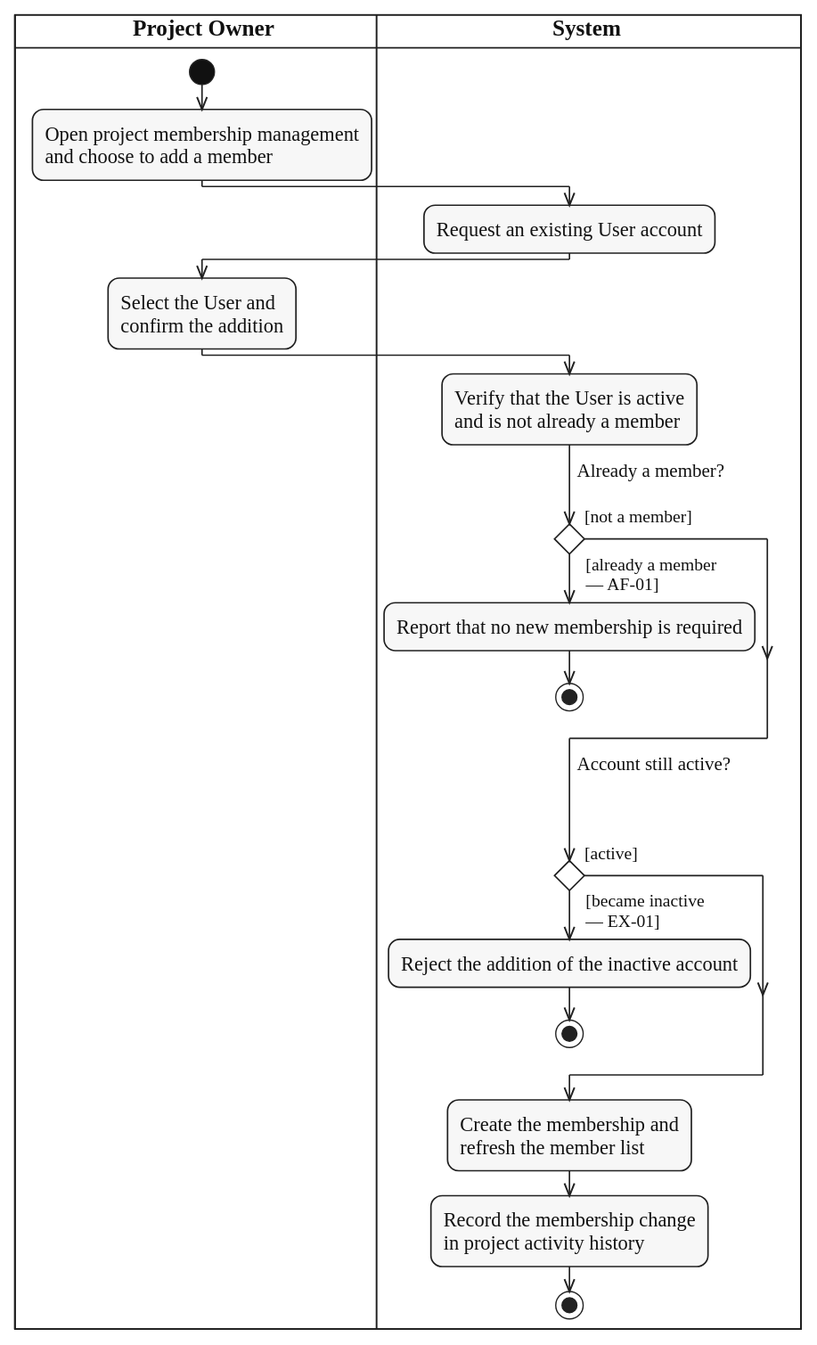
Earlier version of the PlantUML export diagrams/activity/project-membership/svg/UC-PROJECT-MEMBER-ADD.svg (lukenab/swd392-doc-automation). Its source is kept beside it as diagrams/activity/project-membership/source/UC-PROJECT-MEMBER-ADD.puml. Its diagram source:
```plantuml
@startuml UC-PROJECT-MEMBER-ADD
!include ../../_shared/activity-style.puml

|OWN| $lane_title("Project Owner")
|SYS| $lane_title("System")

|OWN|
start
:Open project membership management
and choose to add a member;
|SYS|
:Request an existing User account;
|OWN|
:Select the User and
confirm the addition;
|SYS|
:Verify that the User is active
and is not already a member;
if ($question("Already a member?")) then ($guard_left("[not a member]"))
else ($guard_right("[already a member", "— AF-01]"))
  :Report that no new membership is required;
  stop
endif
if ($question_x("Account still active?")) then ($guard_left("[active]"))
else ($guard_right("[became inactive", "— EX-01]"))
  :Reject the addition of the inactive account;
  stop
endif
:Create the membership and
refresh the member list;
:Record the membership change
in project activity history;
stop
@enduml
```
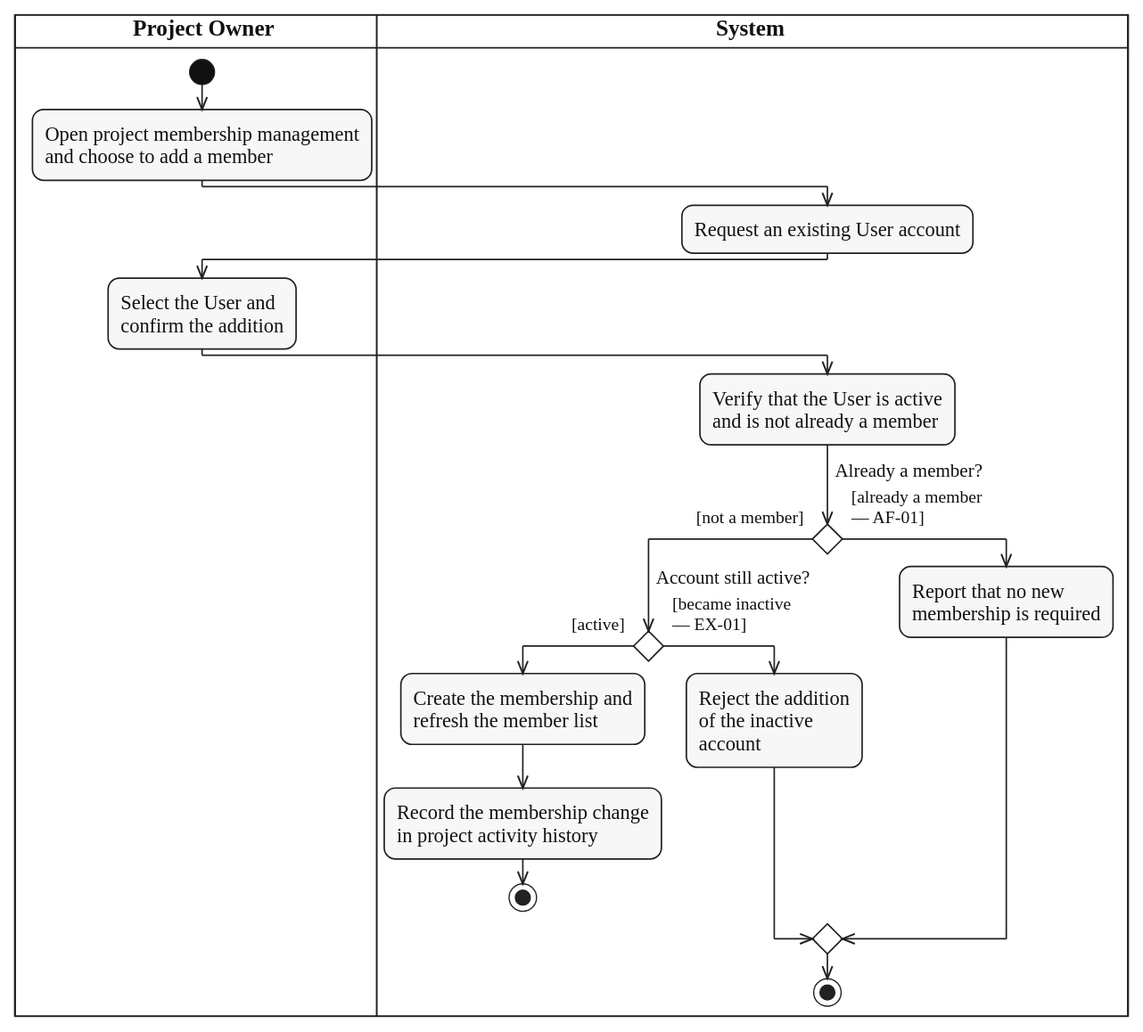
Later version of the same file.

Commit message:
docs(activity): merge same-outcome end nodes in project membership diagrams

Change to the diagram source:
```diff
@@ -1,6 +1,5 @@
 @startuml UC-PROJECT-MEMBER-ADD
 !include ../../_shared/activity-style.puml
-
 |OWN| $lane_title("Project Owner")
 |SYS| $lane_title("System")
 
@@ -17,18 +16,20 @@
 :Verify that the User is active
 and is not already a member;
 if ($question("Already a member?")) then ($guard_left("[not a member]"))
+  if ($question("Account still active?")) then ($guard_left("[active]"))
+    :Create the membership and
+    refresh the member list;
+    :Record the membership change
+    in project activity history;
+    stop
+  else ($guard_right("[became inactive", "— EX-01]"))
+    :Reject the addition
+    of the inactive
+    account;
+  endif
 else ($guard_right("[already a member", "— AF-01]"))
-  :Report that no new membership is required;
-  stop
+  :Report that no new
+  membership is required;
 endif
-if ($question_x("Account still active?")) then ($guard_left("[active]"))
-else ($guard_right("[became inactive", "— EX-01]"))
-  :Reject the addition of the inactive account;
-  stop
-endif
-:Create the membership and
-refresh the member list;
-:Record the membership change
-in project activity history;
 stop
 @enduml
```
